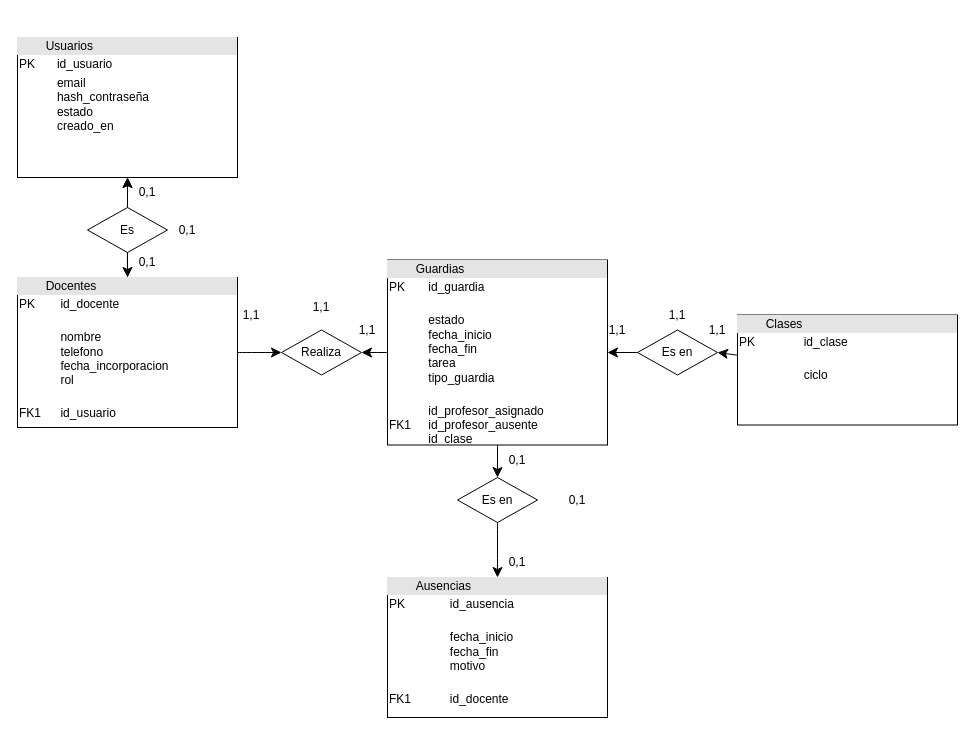
Carpetano/TFG keeps this draw.io diagram as Modelo ER.drawio. Above is the earlier version. Source tidied: cells renumbered, new cells numbered last; positions are measured from the earlier drawing's top-left corner, leaving out a move shared by most shapes. Both pictures are drawn from the tidied source at 100%, with x=0, y=0 at pixel (17, 37).
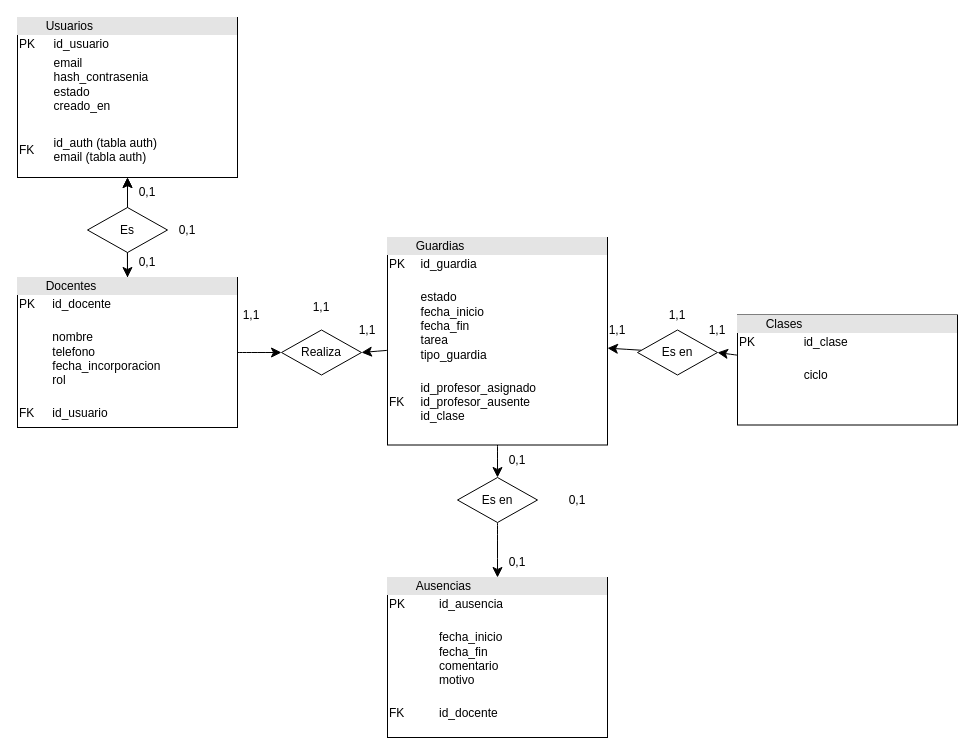
The same page after the edit.

Commit message:
Actualizado Modelo E/R

Diff of the diagram source:
```diff
@@
-    <mxCell id="2" value="&lt;div style=&quot;box-sizing: border-box; width: 100%; background: rgb(228, 228, 228); padding: 2px; --darkreader-inline-bgimage: initial; --darkreader-inline-bgcolor: var(--darkreader-background-e4e4e4, #272b2c);&quot;&gt;&lt;span style=&quot;white-space: pre;&quot;&gt;&#9;&lt;/span&gt;Usuarios&lt;/div&gt;&lt;table style=&quot;width:100%;font-size:1em;&quot; cellpadding=&quot;2&quot; cellspacing=&quot;0&quot;&gt;&lt;tbody&gt;&lt;tr&gt;&lt;td&gt;PK&lt;/td&gt;&lt;td&gt;id_usuario&lt;/td&gt;&lt;/tr&gt;&lt;tr&gt;&lt;td&gt;&lt;br&gt;&lt;/td&gt;&lt;td&gt;email&lt;br&gt;hash_contraseña&lt;br&gt;estado&lt;br&gt;creado_en&lt;/td&gt;&lt;/tr&gt;&lt;tr&gt;&lt;td&gt;&lt;br&gt;&lt;/td&gt;&lt;td&gt;&lt;br&gt;&lt;/td&gt;&lt;/tr&gt;&lt;tr&gt;&lt;td&gt;&lt;/td&gt;&lt;td&gt;&lt;br&gt;&lt;/td&gt;&lt;/tr&gt;&lt;/tbody&gt;&lt;/table&gt;" style="verticalAlign=top;align=left;overflow=fill;html=1;whiteSpace=wrap;" parent="1" vertex="1">
-      <mxGeometry width="220" height="140" as="geometry" />
+    <mxCell id="2" value="&lt;div style=&quot;box-sizing: border-box; width: 100%; background: rgb(228, 228, 228); padding: 2px; --darkreader-inline-bgimage: initial; --darkreader-inline-bgcolor: var(--darkreader-background-e4e4e4, #272b2c);&quot;&gt;&lt;span style=&quot;white-space: pre;&quot;&gt;&#9;&lt;/span&gt;Usuarios&lt;/div&gt;&lt;table style=&quot;width:100%;font-size:1em;&quot; cellpadding=&quot;2&quot; cellspacing=&quot;0&quot;&gt;&lt;tbody&gt;&lt;tr&gt;&lt;td&gt;PK&lt;/td&gt;&lt;td&gt;id_usuario&lt;/td&gt;&lt;/tr&gt;&lt;tr&gt;&lt;td&gt;&lt;br&gt;&lt;/td&gt;&lt;td&gt;email&lt;br&gt;hash_contrasenia&lt;br&gt;estado&lt;br&gt;creado_en&lt;/td&gt;&lt;/tr&gt;&lt;tr&gt;&lt;td&gt;&lt;br&gt;&lt;/td&gt;&lt;td&gt;&lt;br&gt;&lt;/td&gt;&lt;/tr&gt;&lt;tr&gt;&lt;td&gt;FK&lt;/td&gt;&lt;td&gt;id_auth (tabla auth)&lt;br&gt;email (tabla auth)&lt;/td&gt;&lt;/tr&gt;&lt;/tbody&gt;&lt;/table&gt;" style="verticalAlign=top;align=left;overflow=fill;html=1;whiteSpace=wrap;" parent="1" vertex="1">
+      <mxGeometry y="-20" width="220" height="160" as="geometry" />
     </mxCell>
@@
-    <mxCell id="5" value="&lt;div style=&quot;box-sizing: border-box; width: 100%; background: rgb(228, 228, 228); padding: 2px; --darkreader-inline-bgimage: initial; --darkreader-inline-bgcolor: var(--darkreader-background-e4e4e4, #272b2c);&quot;&gt;&lt;span style=&quot;white-space: pre;&quot;&gt;&#9;&lt;/span&gt;Docentes&lt;/div&gt;&lt;table style=&quot;width:100%;font-size:1em;&quot; cellpadding=&quot;2&quot; cellspacing=&quot;0&quot;&gt;&lt;tbody&gt;&lt;tr&gt;&lt;td&gt;PK&lt;/td&gt;&lt;td&gt;id_docente&lt;br&gt;&lt;/td&gt;&lt;/tr&gt;&lt;tr&gt;&lt;td&gt;&lt;br&gt;&lt;/td&gt;&lt;td&gt;&lt;br&gt;nombre&lt;br&gt;telefono&lt;br&gt;fecha_incorporacion&lt;br&gt;rol&lt;br&gt;&lt;br&gt;&lt;/td&gt;&lt;/tr&gt;&lt;tr&gt;&lt;td&gt;FK1&lt;/td&gt;&lt;td&gt;id_usuario&lt;/td&gt;&lt;/tr&gt;&lt;tr&gt;&lt;td&gt;&lt;/td&gt;&lt;td&gt;&lt;br&gt;&lt;/td&gt;&lt;/tr&gt;&lt;/tbody&gt;&lt;/table&gt;" style="verticalAlign=top;align=left;overflow=fill;html=1;whiteSpace=wrap;" parent="1" vertex="1">
+    <mxCell id="5" value="&lt;div style=&quot;box-sizing: border-box; width: 100%; background: rgb(228, 228, 228); padding: 2px; --darkreader-inline-bgimage: initial; --darkreader-inline-bgcolor: var(--darkreader-background-e4e4e4, #272b2c);&quot;&gt;&lt;span style=&quot;white-space: pre;&quot;&gt;&#9;&lt;/span&gt;Docentes&lt;/div&gt;&lt;table style=&quot;width:100%;font-size:1em;&quot; cellpadding=&quot;2&quot; cellspacing=&quot;0&quot;&gt;&lt;tbody&gt;&lt;tr&gt;&lt;td&gt;PK&lt;/td&gt;&lt;td&gt;id_docente&lt;br&gt;&lt;/td&gt;&lt;/tr&gt;&lt;tr&gt;&lt;td&gt;&lt;br&gt;&lt;/td&gt;&lt;td&gt;&lt;br&gt;nombre&lt;br&gt;telefono&lt;br&gt;fecha_incorporacion&lt;br&gt;rol&lt;br&gt;&lt;br&gt;&lt;/td&gt;&lt;/tr&gt;&lt;tr&gt;&lt;td&gt;FK&lt;/td&gt;&lt;td&gt;id_usuario&lt;/td&gt;&lt;/tr&gt;&lt;tr&gt;&lt;td&gt;&lt;/td&gt;&lt;td&gt;&lt;br&gt;&lt;/td&gt;&lt;/tr&gt;&lt;/tbody&gt;&lt;/table&gt;" style="verticalAlign=top;align=left;overflow=fill;html=1;whiteSpace=wrap;" parent="1" vertex="1">
       <mxGeometry y="240" width="220" height="150" as="geometry" />
     </mxCell>
@@
-    <mxCell id="8" value="&lt;div style=&quot;box-sizing: border-box; width: 100%; background: rgb(228, 228, 228); padding: 2px; --darkreader-inline-bgimage: initial; --darkreader-inline-bgcolor: var(--darkreader-background-e4e4e4, #272b2c);&quot;&gt;&lt;span style=&quot;white-space: pre;&quot;&gt;&#9;&lt;/span&gt;Guardias&lt;/div&gt;&lt;table style=&quot;width:100%;font-size:1em;&quot; cellpadding=&quot;2&quot; cellspacing=&quot;0&quot;&gt;&lt;tbody&gt;&lt;tr&gt;&lt;td&gt;PK&lt;/td&gt;&lt;td&gt;id_guardia&lt;/td&gt;&lt;/tr&gt;&lt;tr&gt;&lt;td&gt;&lt;br&gt;&lt;/td&gt;&lt;td&gt;&lt;br&gt;estado&lt;br&gt;fecha_inicio&lt;br&gt;fecha_fin&lt;br&gt;tarea&lt;br&gt;tipo_guardia&lt;br&gt;&lt;br&gt;&lt;/td&gt;&lt;/tr&gt;&lt;tr&gt;&lt;td&gt;FK1&lt;/td&gt;&lt;td&gt;id_profesor_asignado&lt;br&gt;id_profesor_ausente&lt;br&gt;id_clase&lt;/td&gt;&lt;/tr&gt;&lt;tr&gt;&lt;td&gt;&lt;/td&gt;&lt;td&gt;&lt;br&gt;&lt;/td&gt;&lt;/tr&gt;&lt;/tbody&gt;&lt;/table&gt;" style="verticalAlign=top;align=left;overflow=fill;html=1;whiteSpace=wrap;" parent="1" vertex="1">
-      <mxGeometry x="370" y="222.5" width="220" height="185" as="geometry" />
+    <mxCell id="8" value="&lt;div style=&quot;box-sizing: border-box; width: 100%; background: rgb(228, 228, 228); padding: 2px; --darkreader-inline-bgimage: initial; --darkreader-inline-bgcolor: var(--darkreader-background-e4e4e4, #272b2c);&quot;&gt;&lt;span style=&quot;white-space: pre;&quot;&gt;&#9;&lt;/span&gt;Guardias&lt;/div&gt;&lt;table style=&quot;width:100%;font-size:1em;&quot; cellpadding=&quot;2&quot; cellspacing=&quot;0&quot;&gt;&lt;tbody&gt;&lt;tr&gt;&lt;td&gt;PK&lt;/td&gt;&lt;td&gt;id_guardia&lt;/td&gt;&lt;/tr&gt;&lt;tr&gt;&lt;td&gt;&lt;br&gt;&lt;/td&gt;&lt;td&gt;&lt;br&gt;estado&lt;br&gt;fecha_inicio&lt;br&gt;fecha_fin&lt;br&gt;tarea&lt;br&gt;tipo_guardia&lt;br&gt;&lt;br&gt;&lt;/td&gt;&lt;/tr&gt;&lt;tr&gt;&lt;td&gt;FK&lt;/td&gt;&lt;td&gt;id_profesor_asignado&lt;br&gt;id_profesor_ausente&lt;br&gt;id_clase&lt;/td&gt;&lt;/tr&gt;&lt;tr&gt;&lt;td&gt;&lt;/td&gt;&lt;td&gt;&lt;br&gt;&lt;/td&gt;&lt;/tr&gt;&lt;/tbody&gt;&lt;/table&gt;" style="verticalAlign=top;align=left;overflow=fill;html=1;whiteSpace=wrap;" parent="1" vertex="1">
+      <mxGeometry x="370" y="200" width="220" height="207.5" as="geometry" />
     </mxCell>
-    <mxCell id="9" value="&lt;div style=&quot;box-sizing: border-box; width: 100%; background: rgb(228, 228, 228); padding: 2px; --darkreader-inline-bgimage: initial; --darkreader-inline-bgcolor: var(--darkreader-background-e4e4e4, #272b2c);&quot;&gt;&lt;span style=&quot;white-space: pre;&quot;&gt;&#9;&lt;/span&gt;Ausencias&lt;/div&gt;&lt;table style=&quot;width:100%;font-size:1em;&quot; cellpadding=&quot;2&quot; cellspacing=&quot;0&quot;&gt;&lt;tbody&gt;&lt;tr&gt;&lt;td&gt;PK&lt;/td&gt;&lt;td&gt;id_ausencia&lt;/td&gt;&lt;/tr&gt;&lt;tr&gt;&lt;td&gt;&lt;br&gt;&lt;/td&gt;&lt;td&gt;&lt;br&gt;fecha_inicio&lt;br&gt;fecha_fin&lt;br&gt;motivo&lt;br&gt;&lt;br&gt;&lt;/td&gt;&lt;/tr&gt;&lt;tr&gt;&lt;td&gt;FK1&lt;/td&gt;&lt;td&gt;id_docente&lt;/td&gt;&lt;/tr&gt;&lt;tr&gt;&lt;td&gt;&lt;/td&gt;&lt;td&gt;&lt;br&gt;&lt;/td&gt;&lt;/tr&gt;&lt;/tbody&gt;&lt;/table&gt;" style="verticalAlign=top;align=left;overflow=fill;html=1;whiteSpace=wrap;" parent="1" vertex="1">
-      <mxGeometry x="370" y="540" width="220" height="140" as="geometry" />
+    <mxCell id="9" value="&lt;div style=&quot;box-sizing: border-box; width: 100%; background: rgb(228, 228, 228); padding: 2px; --darkreader-inline-bgimage: initial; --darkreader-inline-bgcolor: var(--darkreader-background-e4e4e4, #272b2c);&quot;&gt;&lt;span style=&quot;white-space: pre;&quot;&gt;&#9;&lt;/span&gt;Ausencias&lt;/div&gt;&lt;table style=&quot;width:100%;font-size:1em;&quot; cellpadding=&quot;2&quot; cellspacing=&quot;0&quot;&gt;&lt;tbody&gt;&lt;tr&gt;&lt;td&gt;PK&lt;/td&gt;&lt;td&gt;id_ausencia&lt;/td&gt;&lt;/tr&gt;&lt;tr&gt;&lt;td&gt;&lt;br&gt;&lt;/td&gt;&lt;td&gt;&lt;br&gt;fecha_inicio&lt;br&gt;fecha_fin&lt;br&gt;comentario&lt;br&gt;motivo&lt;br&gt;&lt;br&gt;&lt;/td&gt;&lt;/tr&gt;&lt;tr&gt;&lt;td&gt;FK&lt;/td&gt;&lt;td&gt;id_docente&lt;/td&gt;&lt;/tr&gt;&lt;tr&gt;&lt;td&gt;&lt;/td&gt;&lt;td&gt;&lt;br&gt;&lt;/td&gt;&lt;/tr&gt;&lt;/tbody&gt;&lt;/table&gt;" style="verticalAlign=top;align=left;overflow=fill;html=1;whiteSpace=wrap;" parent="1" vertex="1">
+      <mxGeometry x="370" y="540" width="220" height="160" as="geometry" />
     </mxCell>
```
